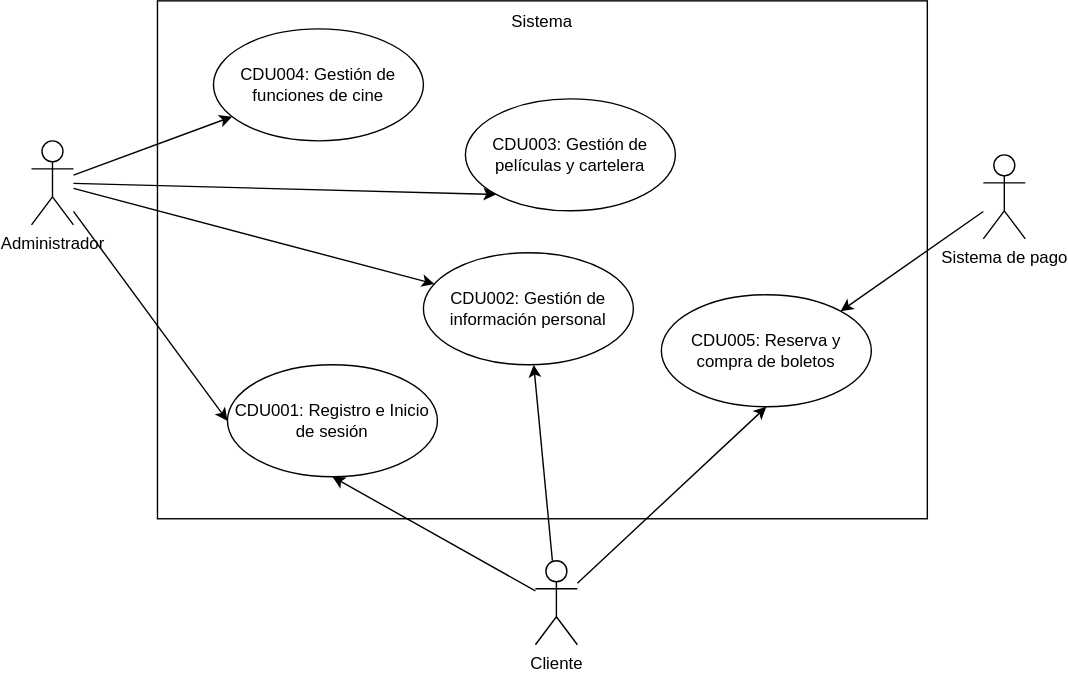
Before: Practica1/Doc/CasosDeUso/img/Practica1-Primera_Descomposición.drawio.svg, a diagram exported from draw.io (matiuuh/SA_PRACTICA_G10). Source tidied: cells renumbered, new cells last; positions are measured from the earlier drawing's top-left corner, leaving out a move shared by most shapes.
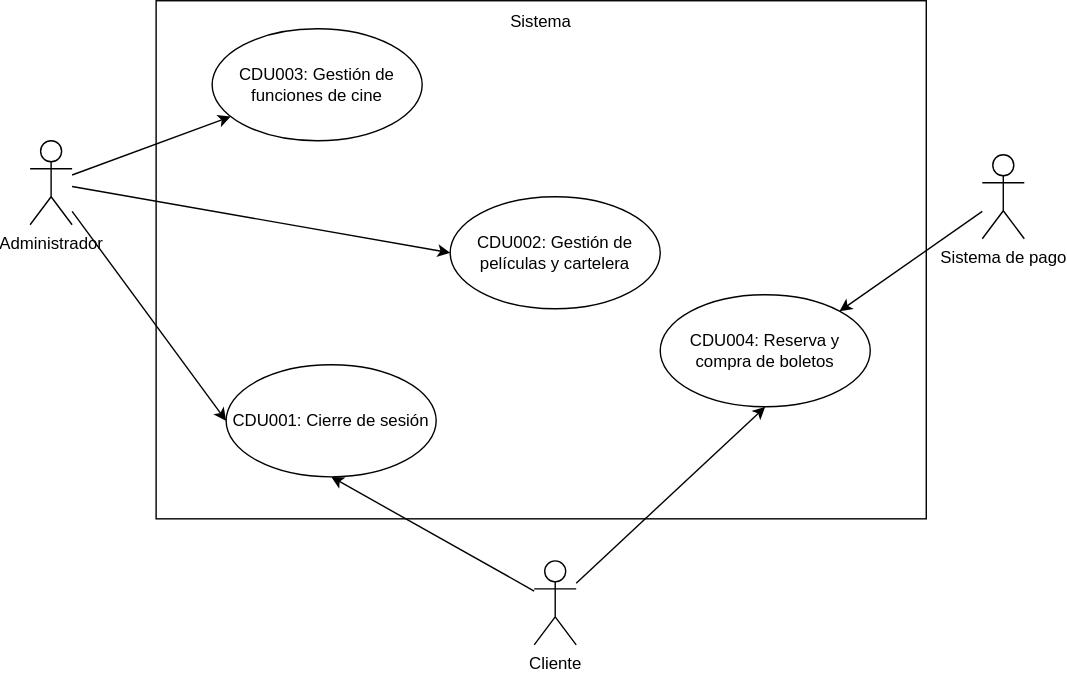
The same file after the commit.

The edit, as a diff of the source:
```diff
@@ -5,10 +5,7 @@
     <mxCell id="2" style="rounded=0;whiteSpace=wrap;html=1;" parent="1" vertex="1">
       <mxGeometry x="90" width="550" height="370" as="geometry" />
     </mxCell>
-    <mxCell id="3" style="rounded=0;jettySize=auto;html=1;" parent="1" edge="1" source="6" target="16">
-      <mxGeometry relative="1" as="geometry" />
-    </mxCell>
-    <mxCell id="4" style="rounded=0;jettySize=auto;html=1;entryX=0;entryY=1;entryDx=0;entryDy=0;" parent="1" edge="1" source="6" target="17">
+    <mxCell id="4" style="rounded=0;jettySize=auto;html=1;entryX=0;entryY=0.5;entryDx=0;entryDy=0;" parent="1" edge="1" source="6" target="17">
       <mxGeometry relative="1" as="geometry" />
     </mxCell>
     <mxCell id="5" style="rounded=0;jettySize=auto;html=1;" parent="1" edge="1" source="6" target="18">
@@ -23,7 +20,7 @@
     <mxCell id="8" value="Sistema de pago" style="shape=umlActor;verticalLabelPosition=bottom;verticalAlign=top;html=1;outlineConnect=0;" parent="1" vertex="1">
       <mxGeometry x="680" y="110" width="30" height="60" as="geometry" />
     </mxCell>
-    <mxCell id="9" value="CDU001: Registro e Inicio de sesión" style="ellipse;whiteSpace=wrap;html=1;" parent="1" vertex="1">
+    <mxCell id="9" value="CDU001:&amp;nbsp;Cierre de sesión" style="ellipse;whiteSpace=wrap;html=1;" parent="1" vertex="1">
       <mxGeometry x="140" y="260" width="150" height="80" as="geometry" />
     </mxCell>
     <mxCell id="10" value="Sistema" style="text;html=1;whiteSpace=wrap;strokeColor=none;fillColor=none;align=center;verticalAlign=middle;rounded=0;" parent="1" vertex="1">
@@ -35,25 +32,19 @@
     <mxCell id="12" style="rounded=0;jettySize=auto;html=1;entryX=0.5;entryY=1;entryDx=0;entryDy=0;" parent="1" edge="1" source="15" target="9">
       <mxGeometry relative="1" as="geometry" />
     </mxCell>
-    <mxCell id="13" style="rounded=0;jettySize=auto;html=1;" parent="1" edge="1" source="15" target="16">
-      <mxGeometry relative="1" as="geometry" />
-    </mxCell>
     <mxCell id="14" style="rounded=0;jettySize=auto;html=1;entryX=0.5;entryY=1;entryDx=0;entryDy=0;" parent="1" edge="1" source="15" target="19">
       <mxGeometry relative="1" as="geometry" />
     </mxCell>
     <mxCell id="15" value="Cliente" style="shape=umlActor;verticalLabelPosition=bottom;verticalAlign=top;html=1;outlineConnect=0;" parent="1" vertex="1">
       <mxGeometry x="360" y="400" width="30" height="60" as="geometry" />
     </mxCell>
-    <mxCell id="16" value="&lt;div&gt;CDU002: Gestión de información personal&lt;/div&gt;" style="ellipse;whiteSpace=wrap;html=1;" parent="1" vertex="1">
-      <mxGeometry x="280" y="180" width="150" height="80" as="geometry" />
-    </mxCell>
-    <mxCell id="17" value="&lt;div&gt;CDU003: Gestión de películas y cartelera&lt;/div&gt;" style="ellipse;whiteSpace=wrap;html=1;" parent="1" vertex="1">
-      <mxGeometry x="310" y="70" width="150" height="80" as="geometry" />
+    <mxCell id="17" value="&lt;div&gt;CDU002: Gestión de películas y cartelera&lt;/div&gt;" style="ellipse;whiteSpace=wrap;html=1;" parent="1" vertex="1">
+      <mxGeometry x="300" y="140" width="150" height="80" as="geometry" />
     </mxCell>
-    <mxCell id="18" value="&lt;div&gt;CDU004: Gestión de funciones de cine&lt;/div&gt;" style="ellipse;whiteSpace=wrap;html=1;" parent="1" vertex="1">
+    <mxCell id="18" value="&lt;div&gt;CDU003: Gestión de funciones de cine&lt;/div&gt;" style="ellipse;whiteSpace=wrap;html=1;" parent="1" vertex="1">
       <mxGeometry x="130" y="20" width="150" height="80" as="geometry" />
     </mxCell>
-    <mxCell id="19" value="&lt;div&gt;CDU005: Reserva y compra de boletos&lt;/div&gt;" style="ellipse;whiteSpace=wrap;html=1;" parent="1" vertex="1">
+    <mxCell id="19" value="&lt;div&gt;CDU004: Reserva y compra de boletos&lt;/div&gt;" style="ellipse;whiteSpace=wrap;html=1;" parent="1" vertex="1">
       <mxGeometry x="450" y="210" width="150" height="80" as="geometry" />
     </mxCell>
   </root>
```
